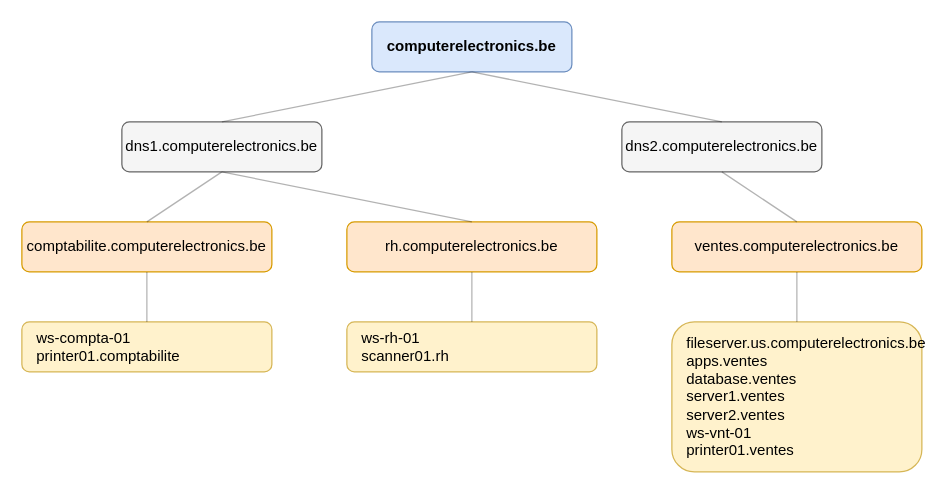
Before: diagrams/structure_dns.drawio in choquitofrito/ActiveDirectory, a draw.io diagram. Source tidied: cells renumbered, new cells numbered last; positions are measured from the earlier drawing's top-left corner, leaving out a move shared by most shapes. Both pictures are drawn from the tidied source at 125%, with x=0, y=0 at pixel (21, 21).
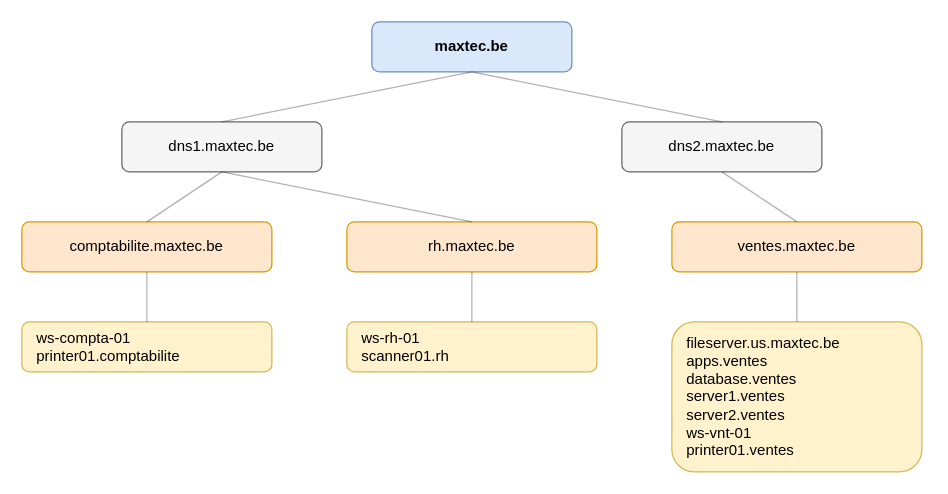
After the change.

What changed in the source:
```diff
@@
 <mxGraphModel>
   <root>
     <mxCell id="0" />
     <mxCell id="1" parent="0" />
-    <mxCell id="2" value="computerelectronics.be" style="rounded=1;whiteSpace=wrap;html=1;fillColor=#dae8fc;strokeColor=#6c8ebf;fontStyle=1;" parent="1" vertex="1">
+    <mxCell id="2" value="maxtec.be" style="rounded=1;whiteSpace=wrap;html=1;fillColor=#dae8fc;strokeColor=#6c8ebf;fontStyle=1;" parent="1" vertex="1">
       <mxGeometry x="280" width="160" height="40" as="geometry" />
     </mxCell>
-    <mxCell id="3" value="dns1.computerelectronics.be" style="rounded=1;whiteSpace=wrap;html=1;fillColor=#f5f5f5;strokeColor=#666666;" parent="1" vertex="1">
+    <mxCell id="3" value="dns1.maxtec.be" style="rounded=1;whiteSpace=wrap;html=1;fillColor=#f5f5f5;strokeColor=#666666;" parent="1" vertex="1">
       <mxGeometry x="80" y="80" width="160" height="40" as="geometry" />
     </mxCell>
-    <mxCell id="4" value="dns2.computerelectronics.be" style="rounded=1;whiteSpace=wrap;html=1;fillColor=#f5f5f5;strokeColor=#666666;" parent="1" vertex="1">
+    <mxCell id="4" value="dns2.maxtec.be" style="rounded=1;whiteSpace=wrap;html=1;fillColor=#f5f5f5;strokeColor=#666666;" parent="1" vertex="1">
       <mxGeometry x="480" y="80" width="160" height="40" as="geometry" />
     </mxCell>
-    <mxCell id="5" value="comptabilite.computerelectronics.be" style="rounded=1;whiteSpace=wrap;html=1;fillColor=#ffe6cc;strokeColor=#d79b00;" parent="1" vertex="1">
+    <mxCell id="5" value="comptabilite.maxtec.be" style="rounded=1;whiteSpace=wrap;html=1;fillColor=#ffe6cc;strokeColor=#d79b00;" parent="1" vertex="1">
       <mxGeometry y="160" width="200" height="40" as="geometry" />
     </mxCell>
-    <mxCell id="6" value="rh.computerelectronics.be" style="rounded=1;whiteSpace=wrap;html=1;fillColor=#ffe6cc;strokeColor=#d79b00;" parent="1" vertex="1">
+    <mxCell id="6" value="rh.maxtec.be" style="rounded=1;whiteSpace=wrap;html=1;fillColor=#ffe6cc;strokeColor=#d79b00;" parent="1" vertex="1">
       <mxGeometry x="260" y="160" width="200" height="40" as="geometry" />
     </mxCell>
-    <mxCell id="7" value="ventes.computerelectronics.be" style="rounded=1;whiteSpace=wrap;html=1;fillColor=#ffe6cc;strokeColor=#d79b00;" parent="1" vertex="1">
+    <mxCell id="7" value="ventes.maxtec.be" style="rounded=1;whiteSpace=wrap;html=1;fillColor=#ffe6cc;strokeColor=#d79b00;" parent="1" vertex="1">
       <mxGeometry x="520" y="160" width="200" height="40" as="geometry" />
     </mxCell>
     <mxCell id="8" value="ws-compta-01&#10;printer01.comptabilite" style="rounded=1;whiteSpace=wrap;html=1;fillColor=#fff2cc;strokeColor=#d6b656;align=left;spacingLeft=10;" parent="1" vertex="1">
       <mxGeometry y="240" width="200" height="40" as="geometry" />
     </mxCell>
     <mxCell id="9" value="ws-rh-01&#10;scanner01.rh" style="rounded=1;whiteSpace=wrap;html=1;fillColor=#fff2cc;strokeColor=#d6b656;align=left;spacingLeft=10;" parent="1" vertex="1">
       <mxGeometry x="260" y="240" width="200" height="40" as="geometry" />
     </mxCell>
-    <mxCell id="10" value="fileserver.us.computerelectronics.be&#10;apps.ventes&#10;database.ventes&#10;server1.ventes&#10;server2.ventes&#10;ws-vnt-01&#10;printer01.ventes" style="rounded=1;whiteSpace=wrap;html=1;fillColor=#fff2cc;strokeColor=#d6b656;align=left;spacingLeft=10;" parent="1" vertex="1">
+    <mxCell id="10" value="fileserver.us.maxtec.be&#10;apps.ventes&#10;database.ventes&#10;server1.ventes&#10;server2.ventes&#10;ws-vnt-01&#10;printer01.ventes" style="rounded=1;whiteSpace=wrap;html=1;fillColor=#fff2cc;strokeColor=#d6b656;align=left;spacingLeft=10;" parent="1" vertex="1">
       <mxGeometry x="520" y="240" width="200" height="120" as="geometry" />
     </mxCell>
     <mxCell id="11" style="endArrow=none;html=1;rounded=0;exitX=0.5;exitY=0;exitDx=0;exitDy=0;entryX=0.5;entryY=1;entryDx=0;entryDy=0;opacity=30;" parent="1" edge="1" source="3" target="2">
       <mxGeometry relative="1" as="geometry" />
     </mxCell>
     <mxCell id="12" style="endArrow=none;html=1;rounded=0;exitX=0.5;exitY=0;exitDx=0;exitDy=0;entryX=0.5;entryY=1;entryDx=0;entryDy=0;opacity=30;" parent="1" edge="1" source="4" target="2">
       <mxGeometry relative="1" as="geometry" />
     </mxCell>
     <mxCell id="13" style="endArrow=none;html=1;rounded=0;exitX=0.5;exitY=0;exitDx=0;exitDy=0;entryX=0.5;entryY=1;entryDx=0;entryDy=0;opacity=30;" parent="1" edge="1" source="5" target="3">
       <mxGeometry relative="1" as="geometry" />
     </mxCell>
     <mxCell id="14" style="endArrow=none;html=1;rounded=0;exitX=0.5;exitY=0;exitDx=0;exitDy=0;entryX=0.5;entryY=1;entryDx=0;entryDy=0;opacity=30;" parent="1" edge="1" source="6" target="3">
       <mxGeometry relative="1" as="geometry" />
     </mxCell>
     <mxCell id="15" style="endArrow=none;html=1;rounded=0;exitX=0.5;exitY=0;exitDx=0;exitDy=0;entryX=0.5;entryY=1;entryDx=0;entryDy=0;opacity=30;" parent="1" edge="1" source="7" target="4">
       <mxGeometry relative="1" as="geometry" />
     </mxCell>
     <mxCell id="16" style="endArrow=none;html=1;rounded=0;exitX=0.5;exitY=0;exitDx=0;exitDy=0;entryX=0.5;entryY=1;entryDx=0;entryDy=0;opacity=30;" parent="1" edge="1" source="8" target="5">
       <mxGeometry relative="1" as="geometry" />
     </mxCell>
     <mxCell id="17" style="endArrow=none;html=1;rounded=0;exitX=0.5;exitY=0;exitDx=0;exitDy=0;entryX=0.5;entryY=1;entryDx=0;entryDy=0;opacity=30;" parent="1" edge="1" source="9" target="6">
       <mxGeometry relative="1" as="geometry" />
     </mxCell>
     <mxCell id="18" style="endArrow=none;html=1;rounded=0;exitX=0.5;exitY=0;exitDx=0;exitDy=0;entryX=0.5;entryY=1;entryDx=0;entryDy=0;opacity=30;" parent="1" edge="1" source="10" target="7">
       <mxGeometry relative="1" as="geometry" />
     </mxCell>
   </root>
 </mxGraphModel>
```
